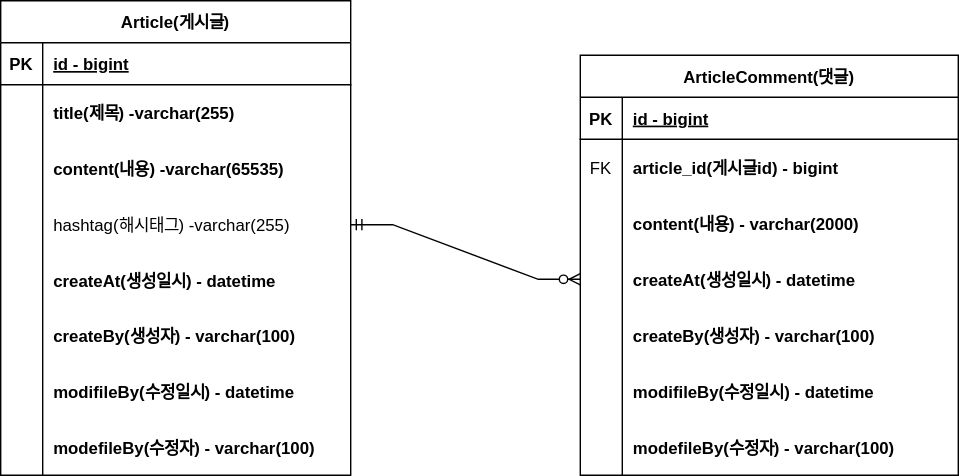
kekhee/Fastcampus-project-board keeps this draw.io diagram as document/project-board-erd.svg. Above is the earlier version. Source tidied: cells renumbered, new cells last; positions are measured from the earlier drawing's top-left corner, leaving out a move shared by most shapes.
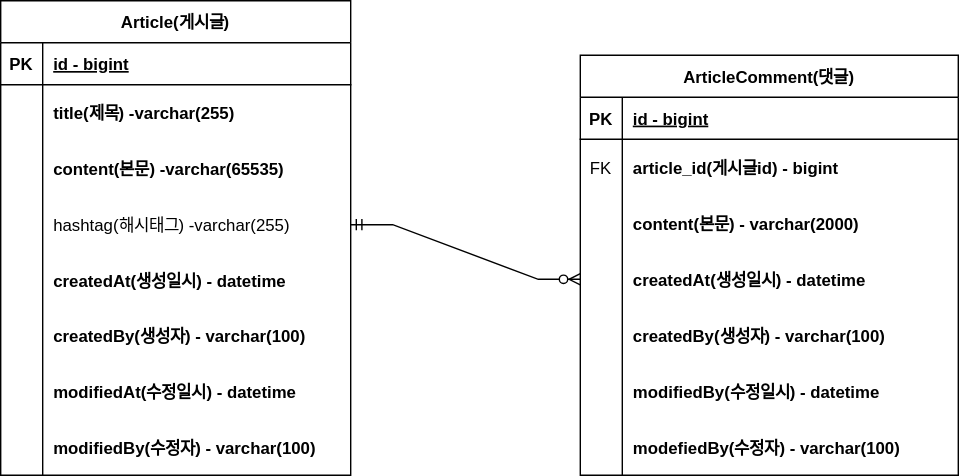
The same diagram one commit later.

Commit message:
#9 ERD 주석업데이트:project-board-erd.svg

Diff of the diagram source:
```diff
@@ -29,7 +29,7 @@
     <mxCell id="10" style="shape=partialRectangle;overflow=hidden;fillColor=none;top=0;left=0;bottom=0;right=0;" parent="9" vertex="1">
       <mxGeometry width="30" height="40" as="geometry" />
     </mxCell>
-    <mxCell id="11" value="content(내용) -varchar(65535)" style="shape=partialRectangle;overflow=hidden;fillColor=none;top=0;left=0;bottom=0;right=0;align=left;spacingLeft=6;fontStyle=1;" parent="9" vertex="1">
+    <mxCell id="11" value="content(본문) -varchar(65535)" style="shape=partialRectangle;overflow=hidden;fillColor=none;top=0;left=0;bottom=0;right=0;align=left;spacingLeft=6;fontStyle=1;" parent="9" vertex="1">
       <mxGeometry x="30" width="220" height="40" as="geometry" />
     </mxCell>
     <mxCell id="12" style="shape=partialRectangle;fillColor=none;points=[[0,0.5],[1,0.5]];portConstraint=eastwest;top=0;left=0;right=0;bottom=0;" parent="2" vertex="1">
@@ -47,7 +47,7 @@
     <mxCell id="16" style="shape=partialRectangle;overflow=hidden;fillColor=none;top=0;left=0;bottom=0;right=0;" parent="15" vertex="1">
       <mxGeometry width="30" height="40" as="geometry" />
     </mxCell>
-    <mxCell id="17" value="createAt(생성일시) - datetime" style="shape=partialRectangle;overflow=hidden;fillColor=none;top=0;left=0;bottom=0;right=0;align=left;spacingLeft=6;fontStyle=1;" parent="15" vertex="1">
+    <mxCell id="17" value="createdAt(생성일시) - datetime" style="shape=partialRectangle;overflow=hidden;fillColor=none;top=0;left=0;bottom=0;right=0;align=left;spacingLeft=6;fontStyle=1;" parent="15" vertex="1">
       <mxGeometry x="30" width="220" height="40" as="geometry" />
     </mxCell>
     <mxCell id="18" style="shape=partialRectangle;fillColor=none;top=0;left=0;right=0;bottom=0;" parent="2" vertex="1">
@@ -56,7 +56,7 @@
     <mxCell id="19" style="shape=partialRectangle;overflow=hidden;fillColor=none;top=0;left=0;bottom=0;right=0;" parent="18" vertex="1">
       <mxGeometry width="30" height="39" as="geometry" />
     </mxCell>
-    <mxCell id="20" value="createBy(생성자) - varchar(100)" style="shape=partialRectangle;overflow=hidden;fillColor=none;top=0;left=0;bottom=0;right=0;align=left;spacingLeft=6;fontStyle=1;" parent="18" vertex="1">
+    <mxCell id="20" value="createdBy(생성자) - varchar(100)" style="shape=partialRectangle;overflow=hidden;fillColor=none;top=0;left=0;bottom=0;right=0;align=left;spacingLeft=6;fontStyle=1;" parent="18" vertex="1">
       <mxGeometry x="30" width="220" height="39" as="geometry" />
     </mxCell>
     <mxCell id="21" style="shape=partialRectangle;fillColor=none;top=0;left=0;right=0;bottom=0;" parent="2" vertex="1">
@@ -65,7 +65,7 @@
     <mxCell id="22" style="shape=partialRectangle;overflow=hidden;fillColor=none;top=0;left=0;bottom=0;right=0;" parent="21" vertex="1">
       <mxGeometry width="30" height="40" as="geometry" />
     </mxCell>
-    <mxCell id="23" value="modifileBy(수정일시) - datetime" style="shape=partialRectangle;overflow=hidden;fillColor=none;top=0;left=0;bottom=0;right=0;align=left;spacingLeft=6;fontStyle=1;" parent="21" vertex="1">
+    <mxCell id="23" value="modifiedAt(수정일시) - datetime" style="shape=partialRectangle;overflow=hidden;fillColor=none;top=0;left=0;bottom=0;right=0;align=left;spacingLeft=6;fontStyle=1;" parent="21" vertex="1">
       <mxGeometry x="30" width="220" height="40" as="geometry" />
     </mxCell>
     <mxCell id="24" style="shape=partialRectangle;fillColor=none;top=0;left=0;right=0;bottom=0;" parent="2" vertex="1">
@@ -74,7 +74,7 @@
     <mxCell id="25" style="shape=partialRectangle;overflow=hidden;fillColor=none;top=0;left=0;bottom=0;right=0;" parent="24" vertex="1">
       <mxGeometry width="30" height="40" as="geometry" />
     </mxCell>
-    <mxCell id="26" value="modefileBy(수정자) - varchar(100)" style="shape=partialRectangle;overflow=hidden;fillColor=none;top=0;left=0;bottom=0;right=0;align=left;spacingLeft=6;fontStyle=1;" parent="24" vertex="1">
+    <mxCell id="26" value="modifiedBy(수정자) - varchar(100)" style="shape=partialRectangle;overflow=hidden;fillColor=none;top=0;left=0;bottom=0;right=0;align=left;spacingLeft=6;fontStyle=1;" parent="24" vertex="1">
       <mxGeometry x="30" width="220" height="40" as="geometry" />
     </mxCell>
     <mxCell id="27" value="ArticleComment(댓글)" style="shape=table;startSize=30;rowLines=0;fontStyle=1;align=center;" parent="1" vertex="1">
@@ -104,7 +104,7 @@
     <mxCell id="35" style="shape=partialRectangle;overflow=hidden;fillColor=none;top=0;left=0;bottom=0;right=0;" parent="34" vertex="1">
       <mxGeometry width="30" height="40" as="geometry" />
     </mxCell>
-    <mxCell id="36" value="content(내용) - varchar(2000)" style="shape=partialRectangle;overflow=hidden;fillColor=none;top=0;left=0;bottom=0;right=0;align=left;spacingLeft=6;fontStyle=1;" parent="34" vertex="1">
+    <mxCell id="36" value="content(본문) - varchar(2000)" style="shape=partialRectangle;overflow=hidden;fillColor=none;top=0;left=0;bottom=0;right=0;align=left;spacingLeft=6;fontStyle=1;" parent="34" vertex="1">
       <mxGeometry x="30" width="240" height="40" as="geometry" />
     </mxCell>
     <mxCell id="37" style="shape=partialRectangle;fillColor=none;points=[[0,0.5],[1,0.5]];portConstraint=eastwest;top=0;left=0;right=0;bottom=0;" parent="27" vertex="1">
@@ -113,7 +113,7 @@
     <mxCell id="38" style="shape=partialRectangle;overflow=hidden;fillColor=none;top=0;left=0;bottom=0;right=0;" parent="37" vertex="1">
       <mxGeometry width="30" height="40" as="geometry" />
     </mxCell>
-    <mxCell id="39" value="createAt(생성일시) - datetime" style="shape=partialRectangle;overflow=hidden;fillColor=none;top=0;left=0;bottom=0;right=0;align=left;spacingLeft=6;fontStyle=1;" parent="37" vertex="1">
+    <mxCell id="39" value="createdAt(생성일시) - datetime" style="shape=partialRectangle;overflow=hidden;fillColor=none;top=0;left=0;bottom=0;right=0;align=left;spacingLeft=6;fontStyle=1;" parent="37" vertex="1">
       <mxGeometry x="30" width="240" height="40" as="geometry" />
     </mxCell>
     <mxCell id="40" style="shape=partialRectangle;fillColor=none;top=0;left=0;right=0;bottom=0;" parent="27" vertex="1">
@@ -122,7 +122,7 @@
     <mxCell id="41" style="shape=partialRectangle;overflow=hidden;fillColor=none;top=0;left=0;bottom=0;right=0;" parent="40" vertex="1">
       <mxGeometry width="30" height="40" as="geometry" />
     </mxCell>
-    <mxCell id="42" value="createBy(생성자) - varchar(100)" style="shape=partialRectangle;overflow=hidden;fillColor=none;top=0;left=0;bottom=0;right=0;align=left;spacingLeft=6;fontStyle=1;" parent="40" vertex="1">
+    <mxCell id="42" value="createdBy(생성자) - varchar(100)" style="shape=partialRectangle;overflow=hidden;fillColor=none;top=0;left=0;bottom=0;right=0;align=left;spacingLeft=6;fontStyle=1;" parent="40" vertex="1">
       <mxGeometry x="30" width="240" height="40" as="geometry" />
     </mxCell>
     <mxCell id="43" style="shape=partialRectangle;fillColor=none;top=0;left=0;right=0;bottom=0;" parent="27" vertex="1">
@@ -131,7 +131,7 @@
     <mxCell id="44" style="shape=partialRectangle;overflow=hidden;fillColor=none;top=0;left=0;bottom=0;right=0;" parent="43" vertex="1">
       <mxGeometry width="30" height="40" as="geometry" />
     </mxCell>
-    <mxCell id="45" value="modifileBy(수정일시) - datetime" style="shape=partialRectangle;overflow=hidden;fillColor=none;top=0;left=0;bottom=0;right=0;align=left;spacingLeft=6;fontStyle=1;" parent="43" vertex="1">
+    <mxCell id="45" value="modifiedBy(수정일시) - datetime" style="shape=partialRectangle;overflow=hidden;fillColor=none;top=0;left=0;bottom=0;right=0;align=left;spacingLeft=6;fontStyle=1;" parent="43" vertex="1">
       <mxGeometry x="30" width="240" height="40" as="geometry" />
     </mxCell>
     <mxCell id="46" style="shape=partialRectangle;fillColor=none;top=0;left=0;right=0;bottom=0;" parent="27" vertex="1">
@@ -140,7 +140,7 @@
     <mxCell id="47" style="shape=partialRectangle;overflow=hidden;fillColor=none;top=0;left=0;bottom=0;right=0;" parent="46" vertex="1">
       <mxGeometry width="30" height="40" as="geometry" />
     </mxCell>
-    <mxCell id="48" value="modefileBy(수정자) - varchar(100)" style="shape=partialRectangle;overflow=hidden;fillColor=none;top=0;left=0;bottom=0;right=0;align=left;spacingLeft=6;fontStyle=1;" parent="46" vertex="1">
+    <mxCell id="48" value="modefiedBy(수정자) - varchar(100)" style="shape=partialRectangle;overflow=hidden;fillColor=none;top=0;left=0;bottom=0;right=0;align=left;spacingLeft=6;fontStyle=1;" parent="46" vertex="1">
       <mxGeometry x="30" width="240" height="40" as="geometry" />
     </mxCell>
     <mxCell id="49" style="edgeStyle=entityRelationEdgeStyle;fontSize=12;html=1;endArrow=ERzeroToMany;startArrow=ERmandOne;rounded=0;exitX=1;exitY=0.5;exitDx=0;exitDy=0;" parent="1" edge="1" source="12" target="37">
```
